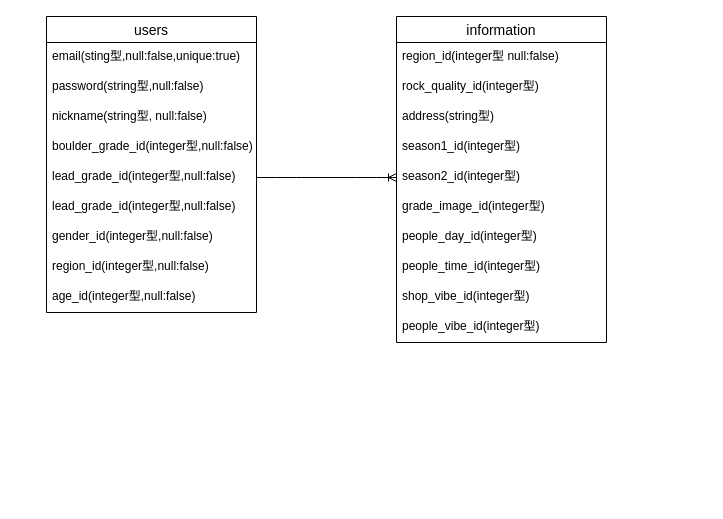
Before: table.dio in naonao-program/climbing-app, a draw.io diagram. Source tidied: cells renumbered, new cells numbered last; positions are measured from the earlier drawing's top-left corner, leaving out a move shared by most shapes. Both pictures are drawn from the tidied source at 100%, with x=0, y=0 at pixel (46, 16).
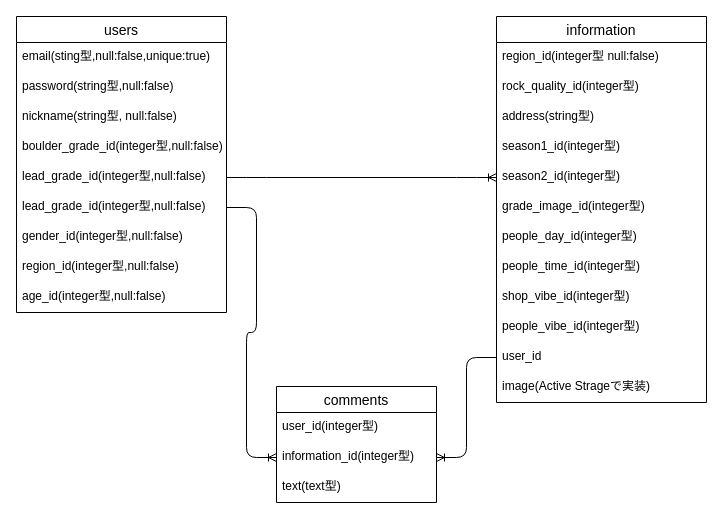
Above is the later version.

Commit message (it also covers changes not shown here):
commentsテーブルに必要なカラムとアソシエーションを記述した

The change refers to these unchanged cells:
```xml
<mxCell id="8" value="lead_grade_id(integer型,null:false)" style="text;strokeColor=none;fillColor=none;spacingLeft=4;spacingRight=4;overflow=hidden;points=[[0,0.5],[1,0.5]];portConstraint=eastwest;fontSize=12;" parent="2" vertex="1">
  <mxGeometry y="176" width="210" height="30" as="geometry" />
</mxCell>
```

The edit, as a diff of the source:
```diff
@@
     <mxCell id="2" value="users" style="swimlane;fontStyle=0;horizontal=1;startSize=26;align=center;fontSize=14;" parent="1" vertex="1">
-      <mxGeometry width="210" height="296" as="geometry" />
+      <mxGeometry x="-30" width="210" height="296" as="geometry" />
     </mxCell>
@@
     <mxCell id="12" value="information" style="swimlane;fontStyle=0;horizontal=1;startSize=26;align=center;fontSize=14;" parent="1" vertex="1">
-      <mxGeometry x="350" width="210" height="326" as="geometry" />
+      <mxGeometry x="450" width="210" height="386" as="geometry" />
     </mxCell>
@@
+    <mxCell id="24" value="user_id" style="text;strokeColor=none;fillColor=none;spacingLeft=4;spacingRight=4;overflow=hidden;points=[[0,0.5],[1,0.5]];portConstraint=eastwest;fontSize=12;" parent="12" vertex="1">
+      <mxGeometry y="326" width="210" height="30" as="geometry" />
+    </mxCell>
+    <mxCell id="25" value="image(Active Strageで実装)" style="text;strokeColor=none;fillColor=none;spacingLeft=4;spacingRight=4;overflow=hidden;fontSize=12;" parent="12" vertex="1">
+      <mxGeometry y="356" width="210" height="30" as="geometry" />
+    </mxCell>
@@
+    <mxCell id="26" value="comments" style="swimlane;fontStyle=0;horizontal=1;startSize=26;align=center;fontSize=14;" parent="1" vertex="1">
+      <mxGeometry x="230" y="370" width="160" height="116" as="geometry" />
+    </mxCell>
+    <mxCell id="27" value="user_id(integer型)" style="text;strokeColor=none;fillColor=none;spacingLeft=4;spacingRight=4;overflow=hidden;fontSize=12;" parent="26" vertex="1">
+      <mxGeometry y="26" width="160" height="30" as="geometry" />
+    </mxCell>
+    <mxCell id="28" value="information_id(integer型)" style="text;strokeColor=none;fillColor=none;spacingLeft=4;spacingRight=4;overflow=hidden;points=[[0,0.5],[1,0.5]];portConstraint=eastwest;fontSize=12;" parent="26" vertex="1">
+      <mxGeometry y="56" width="160" height="30" as="geometry" />
+    </mxCell>
+    <mxCell id="29" value="text(text型)" style="text;strokeColor=none;fillColor=none;spacingLeft=4;spacingRight=4;overflow=hidden;fontSize=12;" parent="26" vertex="1">
+      <mxGeometry y="86" width="160" height="30" as="geometry" />
+    </mxCell>
+    <mxCell id="30" style="edgeStyle=entityRelationEdgeStyle;fontSize=12;html=1;endArrow=ERoneToMany;entryX=0;entryY=0.5;entryDx=0;entryDy=0;exitX=1;exitY=0.5;exitDx=0;exitDy=0;" parent="1" edge="1" source="8" target="28">
+      <mxGeometry relative="1" as="geometry" />
+    </mxCell>
+    <mxCell id="31" style="edgeStyle=entityRelationEdgeStyle;fontSize=12;html=1;endArrow=ERoneToMany;exitX=0;exitY=0.5;exitDx=0;exitDy=0;entryX=1;entryY=0.5;entryDx=0;entryDy=0;" parent="1" edge="1" source="24" target="28">
+      <mxGeometry relative="1" as="geometry" />
+    </mxCell>
```
